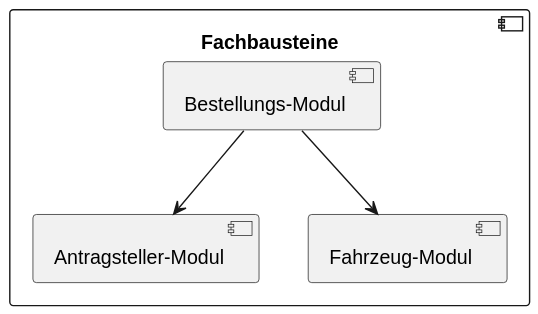
Before: assets/bausteinsicht/fachbaustein/whitebox-fachbaustein.svg, a diagram exported from PlantUML (envite-consulting/bpm-referenz-implementierung).
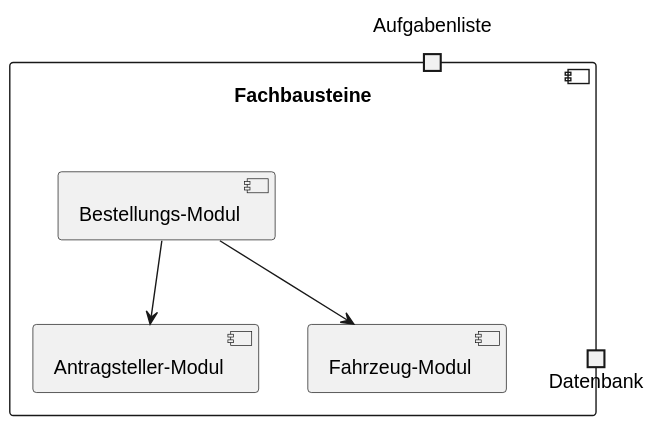
The same file after the commit.

Diff of the diagram source:
```diff
@@ -1,8 +1,13 @@
 @startuml
 component Fachbausteine as fachbaustein {
+
+    portin Aufgabenliste
+
     component "Bestellungs-Modul" as bestellung
     component "Antragsteller-Modul" as antragsteller
     component "Fahrzeug-Modul" as fahrzeug
+
+    portout Datenbank
 }
 
 bestellung --> antragsteller
```
